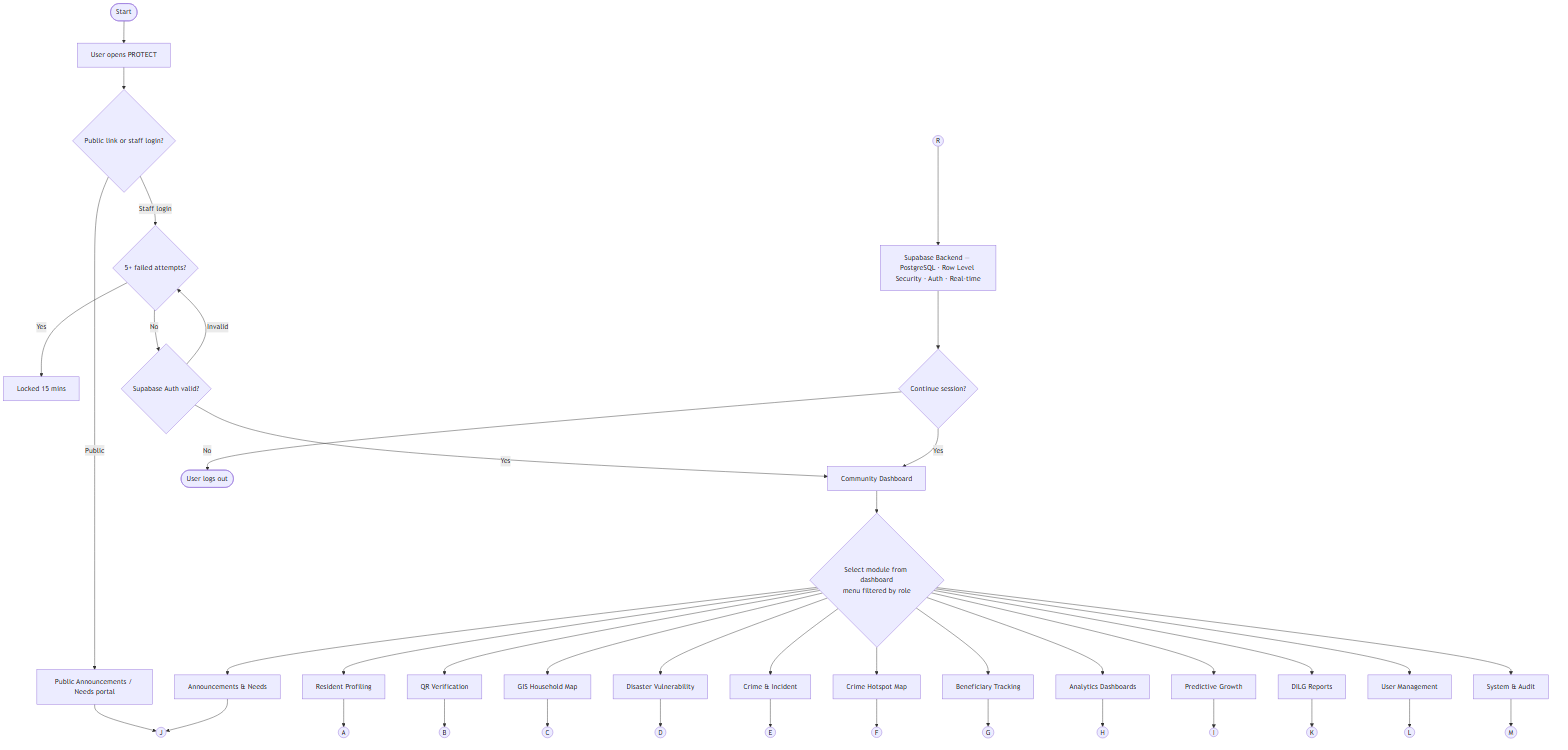
Earlier version of the Mermaid export diagrams/flowchart.png (KellyEspera/protect). Its source is kept beside it as diagrams/flowchart.mmd.
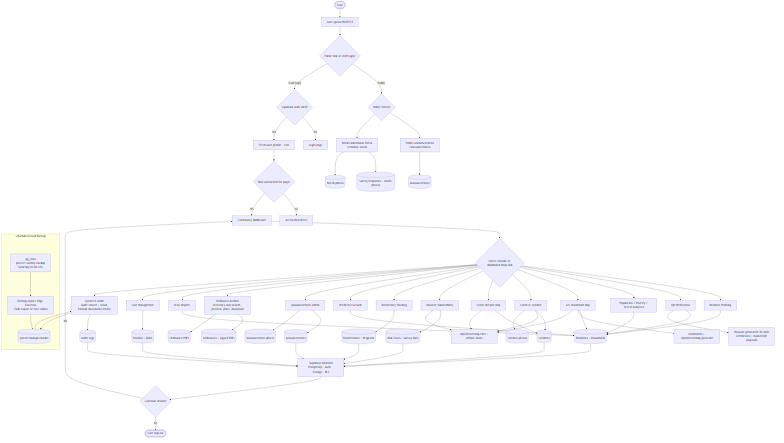
Above is the later version.

What changed in the source:
```diff
@@ -26,10 +26,10 @@
     Choose --> Beneficiary[Beneficiary Tracking]
     Choose --> Predictive[Predictive Growth]
     Choose --> AnnouncementsAdmin[Announcements Admin]
-    Choose --> OrdinanceAdmin[Ordinance Archive Admin]
+    Choose --> OrdinanceAdmin[Ordinance Archive<br/>Secretary-only search, preview, print, download]
     Choose --> Reports[DILG Reports]
     Choose --> Users[User Management]
-    Choose --> AdminTools[System & Audit]
+    Choose --> AdminTools[System & Audit<br/>audit viewer + cloud backup download/restore]
 
     Residents --> DB[(Residents + Households)]
     QR --> DB
@@ -41,10 +41,10 @@
     Beneficiary --> BenefitData[(Beneficiaries + Programs)]
     Predictive --> DB
     AnnouncementsAdmin --> AnnData[(Announcements)]
-    OrdinanceAdmin --> OrdinanceData
+    OrdinanceAdmin --> OrdinanceData[(Ordinances + signed PDFs)]
     Reports --> DB
     Users --> ProfileData[(Profiles + Roles)]
-    AdminTools --> AuditData[(Audit Logs + Backup/Restore)]
+    AdminTools --> AuditData[(Audit Logs)]
 
     GIS --> Geocoder[Nominatim / OpenStreetMap geocoder]
     GIS --> MapTiles[OpenStreetMap tiles + offline cache]
@@ -53,7 +53,20 @@
     Disaster --> MapTiles
     Crime --> IncidentMedia[(Incident photos)]
     AnnouncementsAdmin --> AnnouncementMedia[(Announcement photos)]
+        Needs --> NeedsMedia[(Needs photos)]
+        OrdinanceAdmin --> OrdinanceMedia[(Ordinance PDFs)]
     QR --> Document[Browser-generated ID cards<br/>certificates + hashed QR payloads]
+
+        subgraph BackupAutomation[Scheduled cloud backup]
+            Cron[pg_cron<br/>protect-weekly-backup<br/>Saturday 02:00 UTC]
+            Export[backup-export Edge Function<br/>JSON export of core tables]
+            BackupStore[(system-backups bucket)]
+        end
+
+        AdminTools --> BackupStore
+        BackupStore --> AdminTools
+        Cron --> Export
+        Export --> BackupStore
 
     DB --> Backend[Supabase Backend<br/>PostgreSQL · Auth · Storage · RLS]
     IncidentData --> Backend
```
